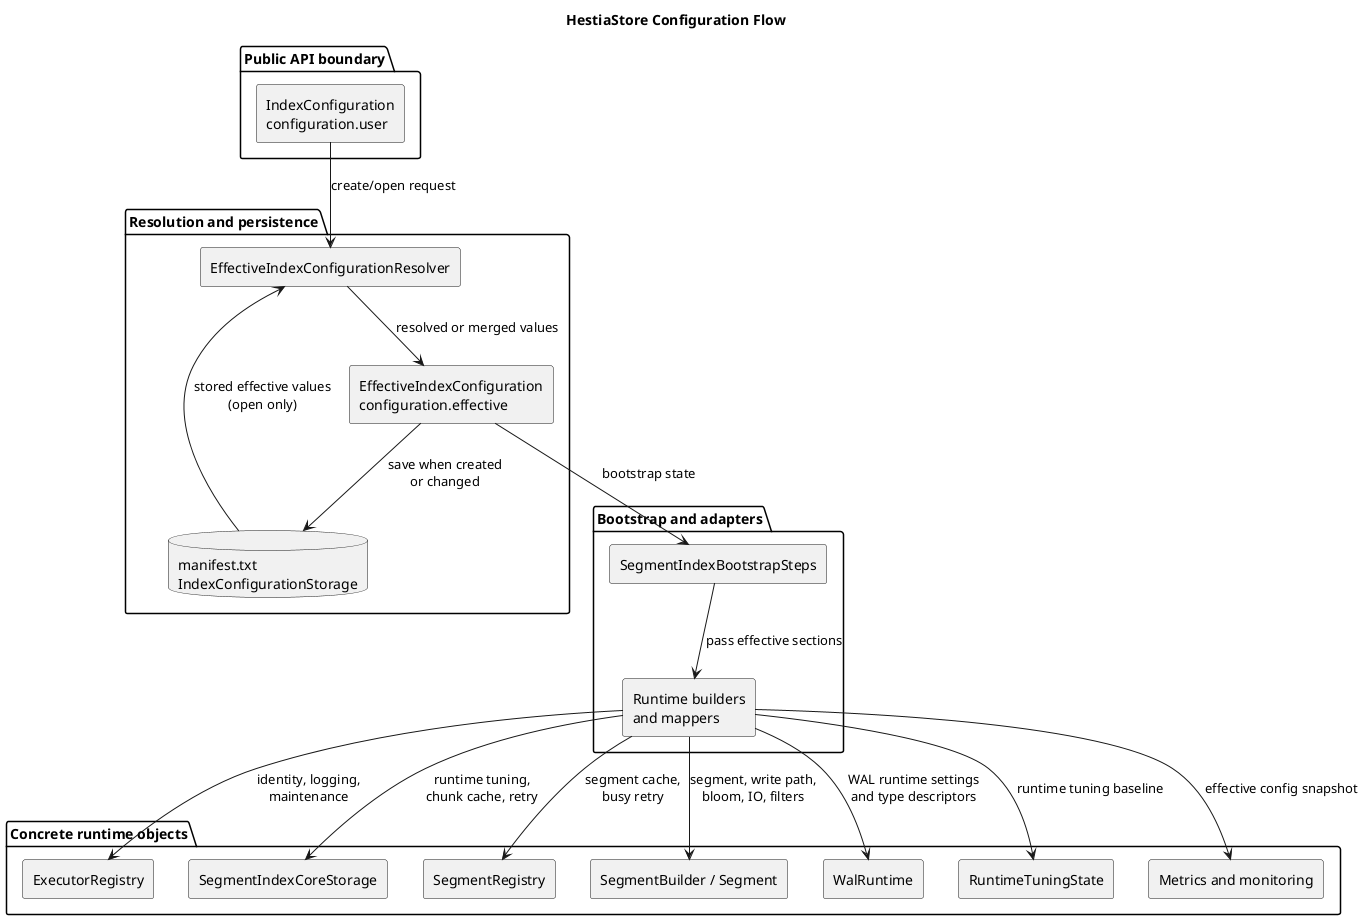
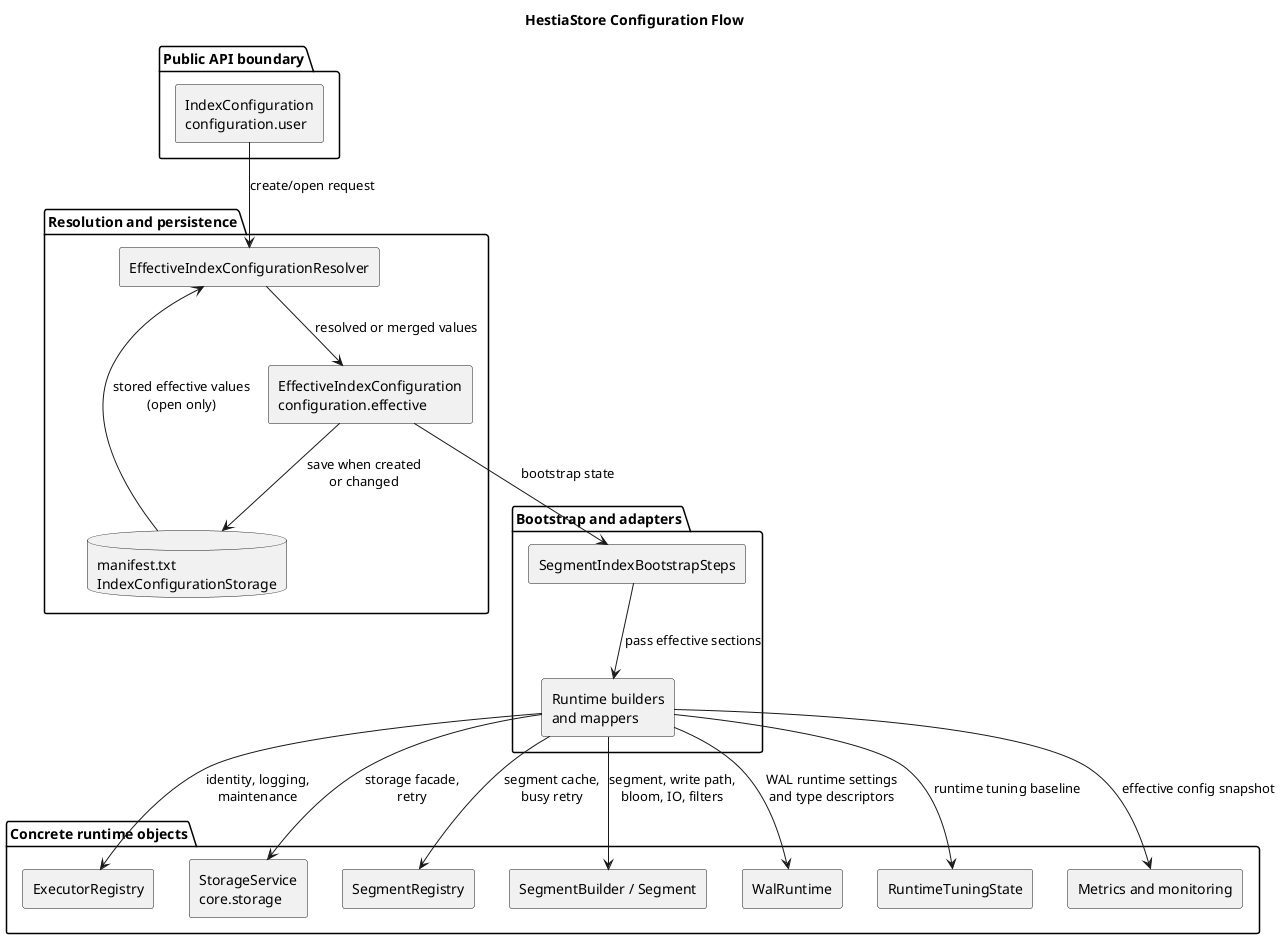
@startuml
skinparam backgroundColor #FFFFFF
skinparam shadowing false
skinparam componentStyle rectangle
skinparam defaultFontName Arial
skinparam packageTitleAlignment left

title HestiaStore Configuration Flow

package "Public API boundary" {
  [IndexConfiguration\nconfiguration.user] as UserConfiguration
}

package "Resolution and persistence" {
  [EffectiveIndexConfigurationResolver] as Resolver
  [EffectiveIndexConfiguration\nconfiguration.effective] as EffectiveConfiguration
  database "manifest.txt\nIndexConfigurationStorage" as PersistentConfiguration
}

package "Bootstrap and adapters" {
  [SegmentIndexBootstrapSteps] as Bootstrap
  [Runtime builders\nand mappers] as RuntimeBuilders
}

package "Concrete runtime objects" {
  [ExecutorRegistry] as ExecutorRegistry
-   [SegmentIndexCoreStorage] as CoreStorage
+   [StorageService\ncore.storage] as CoreStorage
  [SegmentRegistry] as SegmentRegistry
  [SegmentBuilder / Segment] as Segment
  [WalRuntime] as WalRuntime
  [RuntimeTuningState] as RuntimeTuning
  [Metrics and monitoring] as Metrics
}

UserConfiguration --> Resolver : create/open request
PersistentConfiguration --> Resolver : stored effective values\n(open only)
Resolver --> EffectiveConfiguration : resolved or merged values
EffectiveConfiguration --> PersistentConfiguration : save when created\nor changed

EffectiveConfiguration --> Bootstrap : bootstrap state
Bootstrap --> RuntimeBuilders : pass effective sections

RuntimeBuilders --> ExecutorRegistry : identity, logging,\nmaintenance
- RuntimeBuilders --> CoreStorage : runtime tuning,\nchunk cache, retry
+ RuntimeBuilders --> CoreStorage : storage facade,\nretry
RuntimeBuilders --> SegmentRegistry : segment cache,\nbusy retry
RuntimeBuilders --> Segment : segment, write path,\nbloom, IO, filters
RuntimeBuilders --> WalRuntime : WAL runtime settings\nand type descriptors
RuntimeBuilders --> RuntimeTuning : runtime tuning baseline
RuntimeBuilders --> Metrics : effective config snapshot
@enduml
